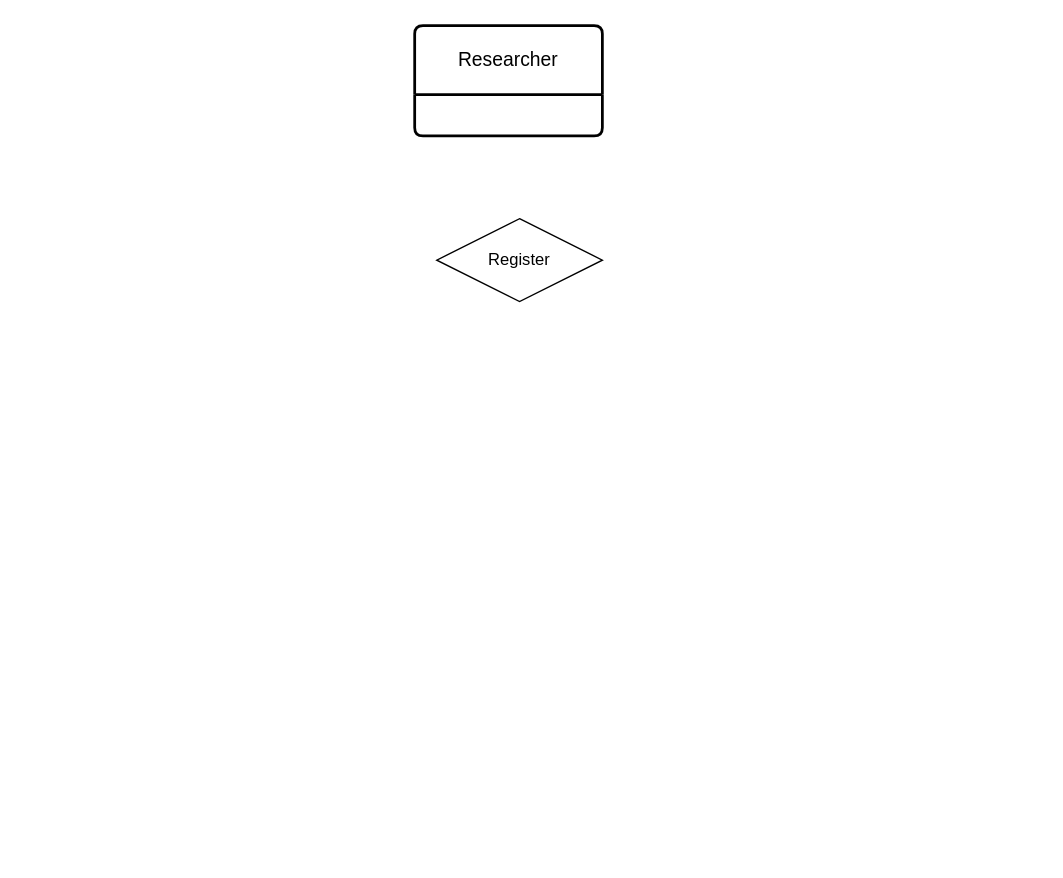
The draw.io diagram prism_concept_diagram.drawio in rafsyahmi/prism_data_concepts, before the edit. Source tidied: cells renumbered, new cells numbered last; positions are measured from the earlier drawing's top-left corner, leaving out a move shared by most shapes. Both pictures are drawn from the tidied source at 138%, with x=0, y=0 at pixel (414, 25).
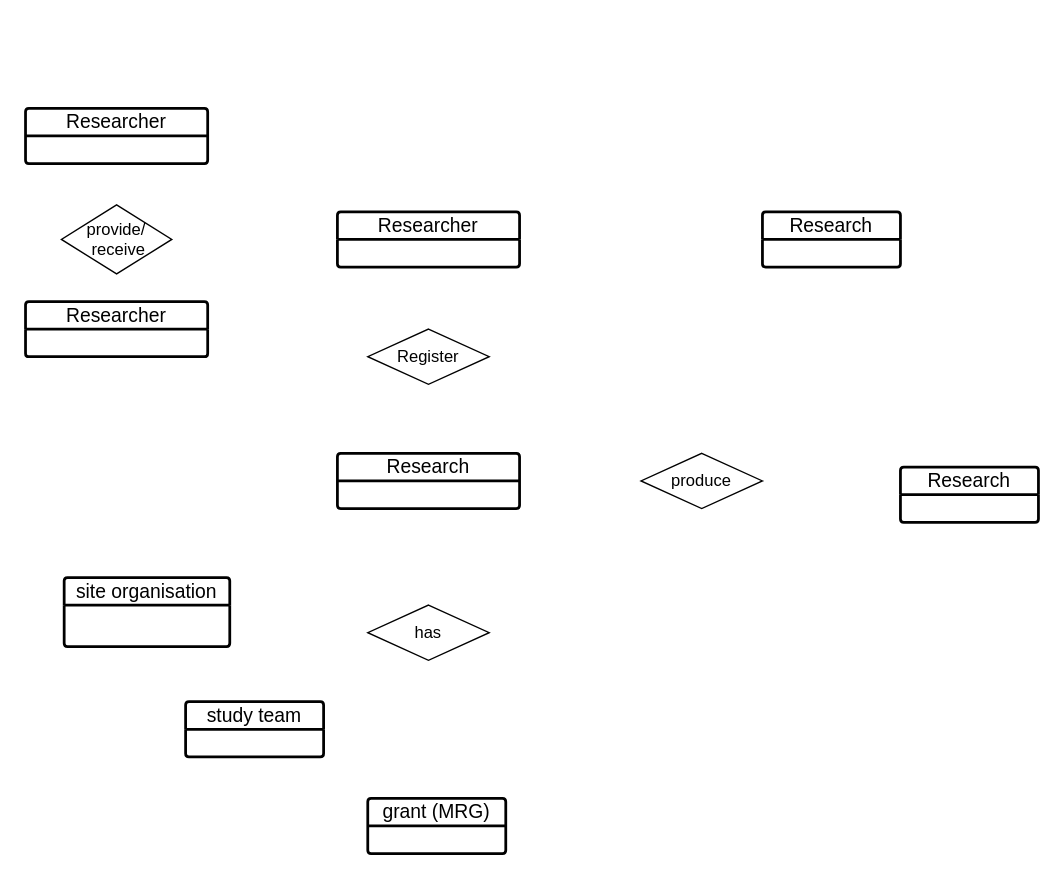
The same diagram, later.

Commit message:
redo conceptual diagram

What changed in the source:
```diff
@@
 <mxGraphModel>
   <root>
     <mxCell id="0" />
     <mxCell id="1" parent="0" />
-    <mxCell id="2" value="Researcher" style="swimlane;horizontal=1;startSize=50;rounded=1;fontSize=14;fontStyle=0;strokeWidth=2;shadow=0;dashed=0;align=center;arcSize=4;whiteSpace=wrap;html=1;" parent="1" vertex="1">
-      <mxGeometry width="136" height="80" as="geometry" />
+    <mxCell id="2" value="Research" style="swimlane;horizontal=1;startSize=20;rounded=1;fontSize=14;fontStyle=0;strokeWidth=2;shadow=0;dashed=0;align=center;arcSize=4;whiteSpace=wrap;html=1;" parent="1" vertex="1">
+      <mxGeometry x="-56" y="310" width="132" height="40" as="geometry" />
     </mxCell>
     <mxCell id="3" value="Register" style="shape=rhombus;perimeter=rhombusPerimeter;whiteSpace=wrap;html=1;align=center;" parent="1" vertex="1">
-      <mxGeometry x="16" y="140" width="120" height="60" as="geometry" />
+      <mxGeometry x="-34" y="220" width="88" height="40" as="geometry" />
     </mxCell>
+    <mxCell id="4" value="Researcher" style="swimlane;horizontal=1;startSize=20;rounded=1;fontSize=14;fontStyle=0;strokeWidth=2;shadow=0;dashed=0;align=center;arcSize=4;whiteSpace=wrap;html=1;" parent="1" vertex="1">
+      <mxGeometry x="-56" y="135" width="132" height="40" as="geometry" />
+    </mxCell>
+    <mxCell id="5" value="has" style="shape=rhombus;perimeter=rhombusPerimeter;whiteSpace=wrap;html=1;align=center;" parent="1" vertex="1">
+      <mxGeometry x="-34" y="420" width="88" height="40" as="geometry" />
+    </mxCell>
+    <mxCell id="6" value="study team" style="swimlane;horizontal=1;startSize=20;rounded=1;fontSize=14;fontStyle=0;strokeWidth=2;shadow=0;dashed=0;align=center;arcSize=4;whiteSpace=wrap;html=1;" parent="1" vertex="1">
+      <mxGeometry x="-166" y="490" width="100" height="40" as="geometry" />
+    </mxCell>
+    <mxCell id="7" value="provide/&lt;div&gt;&amp;nbsp;receive&lt;/div&gt;" style="shape=rhombus;perimeter=rhombusPerimeter;whiteSpace=wrap;html=1;align=center;" parent="1" vertex="1">
+      <mxGeometry x="-256" y="130" width="80" height="50" as="geometry" />
+    </mxCell>
+    <mxCell id="8" value="site organisation" style="swimlane;horizontal=1;startSize=20;rounded=1;fontSize=14;fontStyle=0;strokeWidth=2;shadow=0;dashed=0;align=center;arcSize=4;whiteSpace=wrap;html=1;" parent="1" vertex="1">
+      <mxGeometry x="-254" y="400" width="120" height="50" as="geometry" />
+    </mxCell>
+    <mxCell id="9" value="grant (MRG)" style="swimlane;horizontal=1;startSize=20;rounded=1;fontSize=14;fontStyle=0;strokeWidth=2;shadow=0;dashed=0;align=center;arcSize=4;whiteSpace=wrap;html=1;" parent="1" vertex="1">
+      <mxGeometry x="-34" y="560" width="100" height="40" as="geometry" />
+    </mxCell>
+    <mxCell id="10" value="Research" style="swimlane;horizontal=1;startSize=20;rounded=1;fontSize=14;fontStyle=0;strokeWidth=2;shadow=0;dashed=0;align=center;arcSize=4;whiteSpace=wrap;html=1;" parent="1" vertex="1">
+      <mxGeometry x="352" y="320" width="100" height="40" as="geometry" />
+    </mxCell>
+    <mxCell id="11" value="produce" style="shape=rhombus;perimeter=rhombusPerimeter;whiteSpace=wrap;html=1;align=center;" parent="1" vertex="1">
+      <mxGeometry x="164" y="310" width="88" height="40" as="geometry" />
+    </mxCell>
+    <mxCell id="12" value="Researcher" style="swimlane;horizontal=1;startSize=20;rounded=1;fontSize=14;fontStyle=0;strokeWidth=2;shadow=0;dashed=0;align=center;arcSize=4;whiteSpace=wrap;html=1;" parent="1" vertex="1">
+      <mxGeometry x="-282" y="200" width="132" height="40" as="geometry" />
+    </mxCell>
+    <mxCell id="13" value="Researcher" style="swimlane;horizontal=1;startSize=20;rounded=1;fontSize=14;fontStyle=0;strokeWidth=2;shadow=0;dashed=0;align=center;arcSize=4;whiteSpace=wrap;html=1;" parent="1" vertex="1">
+      <mxGeometry x="-282" y="60" width="132" height="40" as="geometry" />
+    </mxCell>
+    <mxCell id="14" value="Research" style="swimlane;horizontal=1;startSize=20;rounded=1;fontSize=14;fontStyle=0;strokeWidth=2;shadow=0;dashed=0;align=center;arcSize=4;whiteSpace=wrap;html=1;" parent="1" vertex="1">
+      <mxGeometry x="252" y="135" width="100" height="40" as="geometry" />
+    </mxCell>
   </root>
 </mxGraphModel>
```
